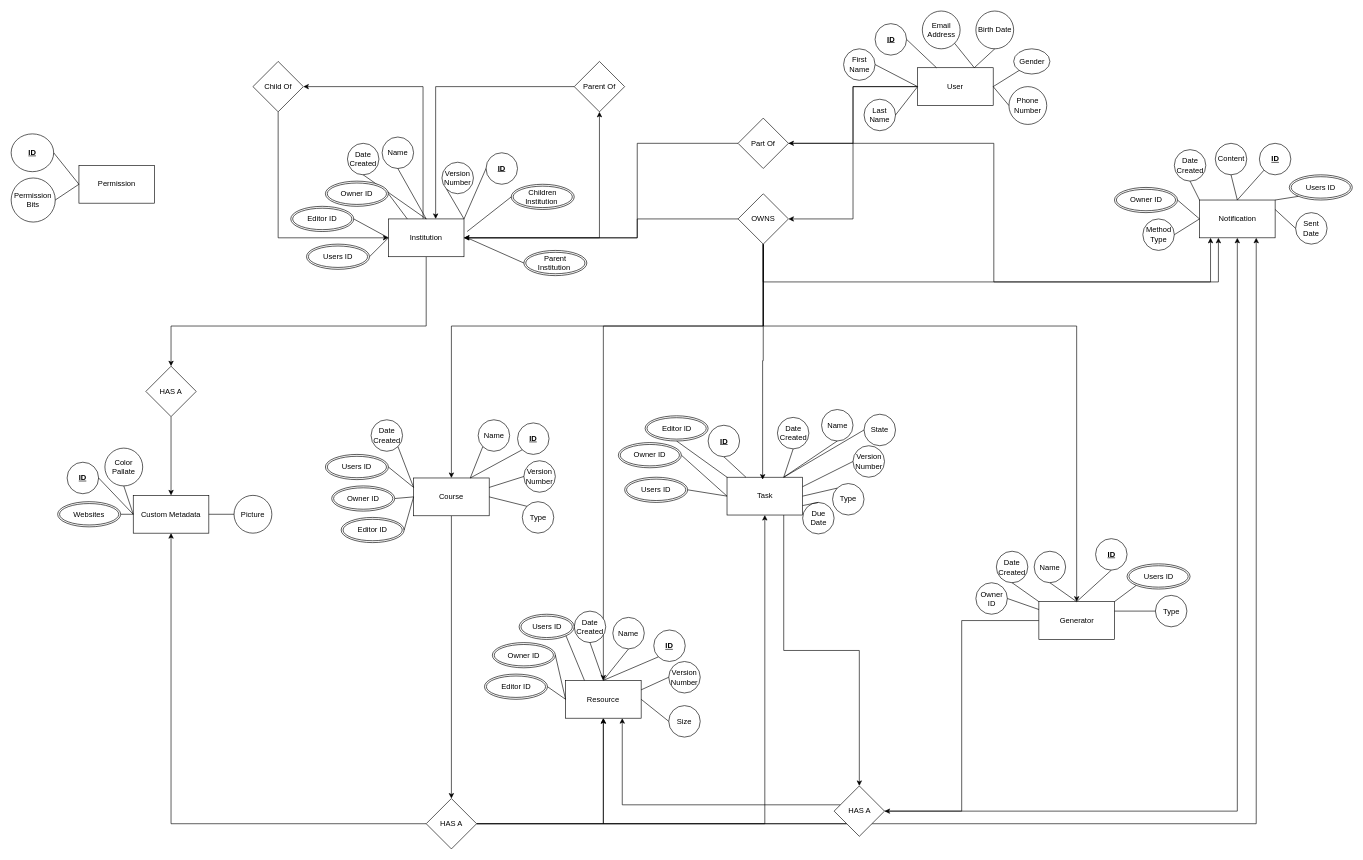
Above: diagrams/db/DatabaseER.drawio in Apollo-LW/Apollo-LW (draw.io), before the change. Source tidied: cells renumbered, new cells numbered last; positions are measured from the earlier drawing's top-left corner, leaving out a move shared by most shapes. Both pictures are drawn from the tidied source at 63%, with x=0, y=0 at pixel (11, 11).
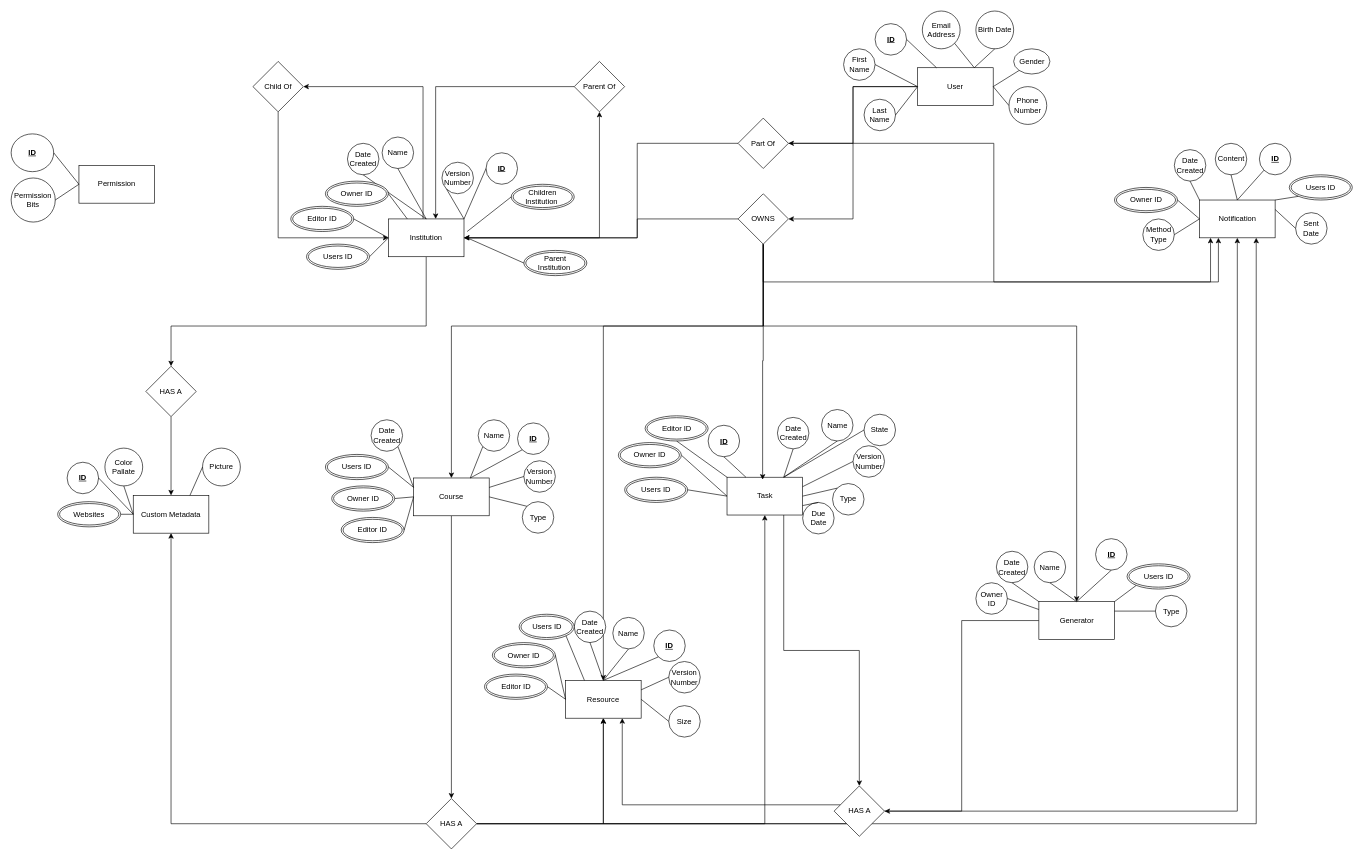
The same page after the edit.

Commit message:
Fix typos and placements of shapes

The change refers to these unchanged cells:
```xml
<mxCell id="84" value="Custom Metadata" style="rounded=0;whiteSpace=wrap;html=1;" parent="1" vertex="1">
  <mxGeometry x="194" y="768.8" width="120" height="60" as="geometry" />
</mxCell>
```

The edit, as a diff of the source:
```diff
@@
     <mxCell id="87" value="Picture" style="ellipse;whiteSpace=wrap;html=1;" parent="1" vertex="1">
-      <mxGeometry x="354" y="768.8" width="60" height="60" as="geometry" />
+      <mxGeometry x="304" y="693.8" width="60" height="60" as="geometry" />
     </mxCell>
@@
-    <mxCell id="91" style="endArrow=none;html=1;rounded=0;entryX=1;entryY=0.5;entryDx=0;entryDy=0;exitX=0;exitY=0.5;exitDx=0;exitDy=0;" parent="1" edge="1" source="87" target="84">
+    <mxCell id="91" style="endArrow=none;html=1;rounded=0;entryX=0.75;entryY=0;entryDx=0;entryDy=0;exitX=0;exitY=0.5;exitDx=0;exitDy=0;" parent="1" edge="1" source="87" target="84">
       <mxGeometry relative="1" as="geometry" />
     </mxCell>
```
